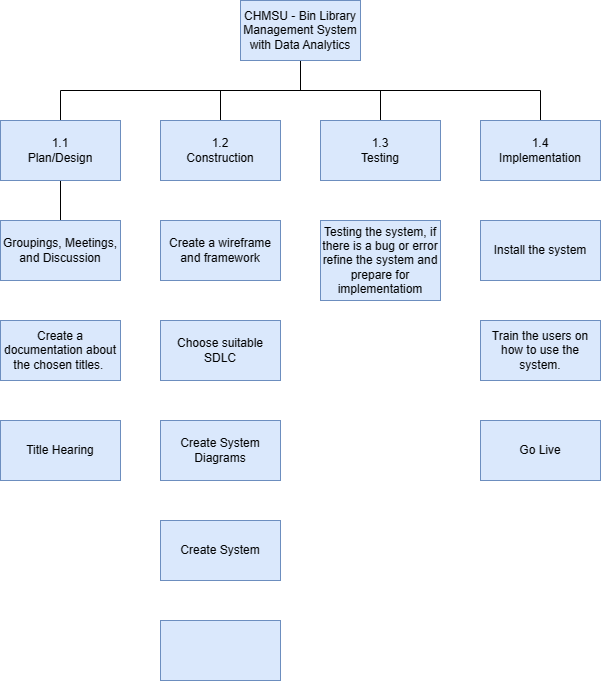
The draw.io diagram WBS.png in Jayrou12345/Sir_Raq, before a commit. Source tidied: cells renumbered, new cells last; positions are measured from the earlier drawing's top-left corner, leaving out a move shared by most shapes.
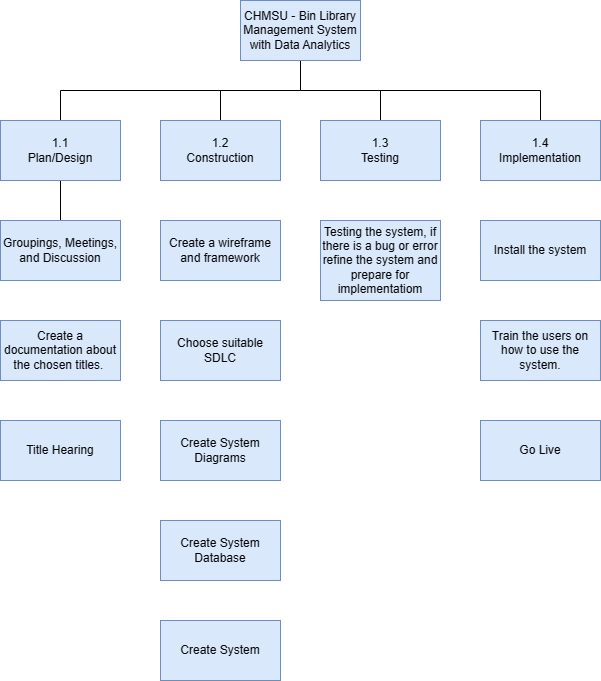
Later version of the same file.

Change to the diagram source:
```diff
@@ -57,10 +57,10 @@
       <mxGeometry x="160" y="420" width="120" height="60" as="geometry" />
     </mxCell>
     <mxCell id="20" value="Create System" style="rounded=0;whiteSpace=wrap;html=1;fillColor=#dae8fc;strokeColor=#6c8ebf;" parent="1" vertex="1">
-      <mxGeometry x="160" y="520" width="120" height="60" as="geometry" />
+      <mxGeometry x="160" y="620" width="120" height="60" as="geometry" />
     </mxCell>
-    <mxCell id="21" style="rounded=0;whiteSpace=wrap;html=1;fillColor=#dae8fc;strokeColor=#6c8ebf;" parent="1" vertex="1">
-      <mxGeometry x="160" y="620" width="120" height="60" as="geometry" />
+    <mxCell id="21" value="Create System Database" style="rounded=0;whiteSpace=wrap;html=1;fillColor=#dae8fc;strokeColor=#6c8ebf;" parent="1" vertex="1">
+      <mxGeometry x="160" y="520" width="120" height="60" as="geometry" />
     </mxCell>
     <mxCell id="22" value="Go Live" style="rounded=0;whiteSpace=wrap;html=1;fillColor=#dae8fc;strokeColor=#6c8ebf;" parent="1" vertex="1">
       <mxGeometry x="480" y="420" width="120" height="60" as="geometry" />
```
